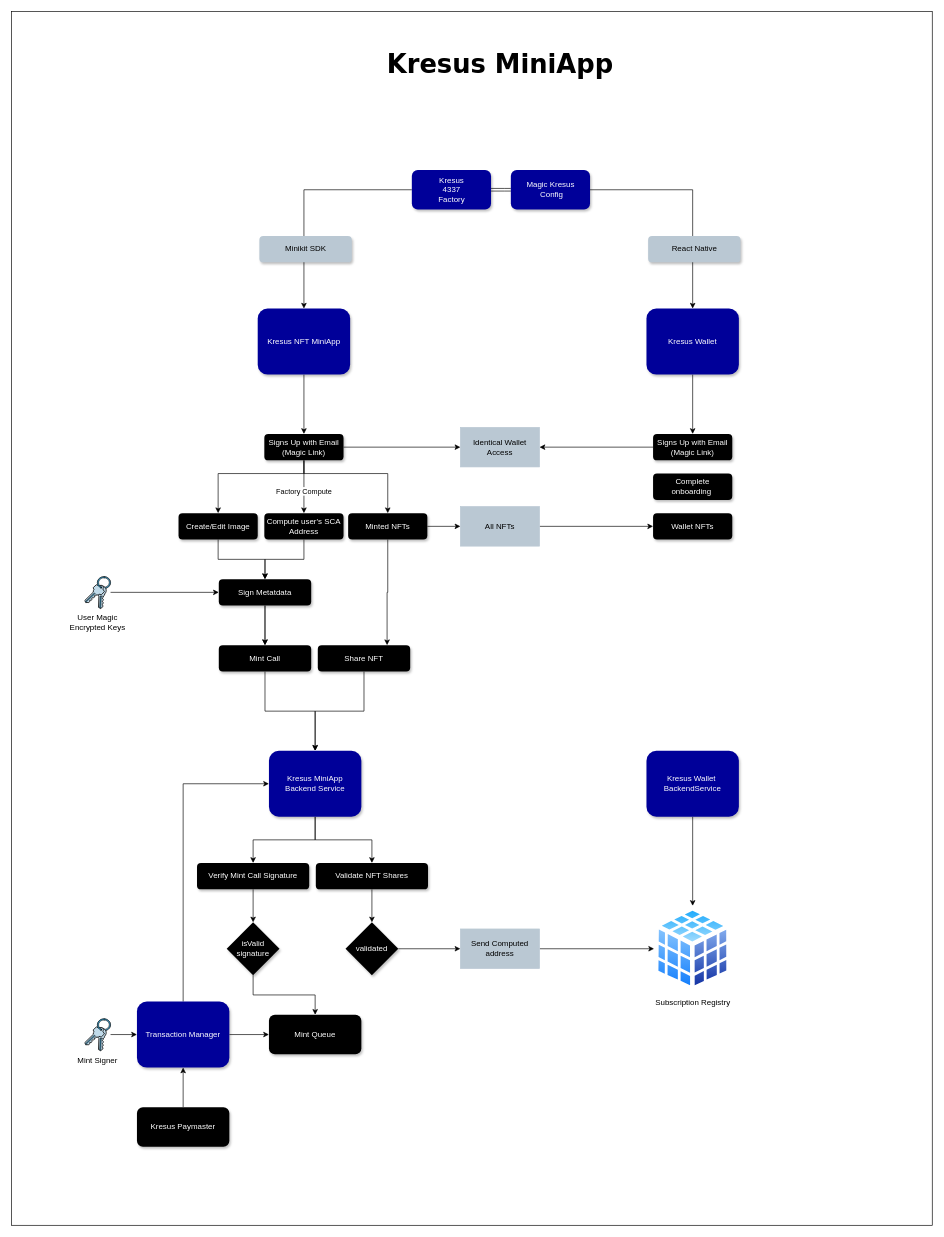
Earlier version of the draw.io diagram Kresus-miniApps.drawio (ali-05-ahmed/Concept-Diagrams). Source tidied: cells renumbered, new cells numbered last; positions are measured from the earlier drawing's top-left corner, leaving out a move shared by most shapes. Both pictures are drawn from the tidied source at 66%, with x=0, y=0 at pixel (11, 11). Pictures stored in the file or linked from it are replaced by grey dashed boxes.
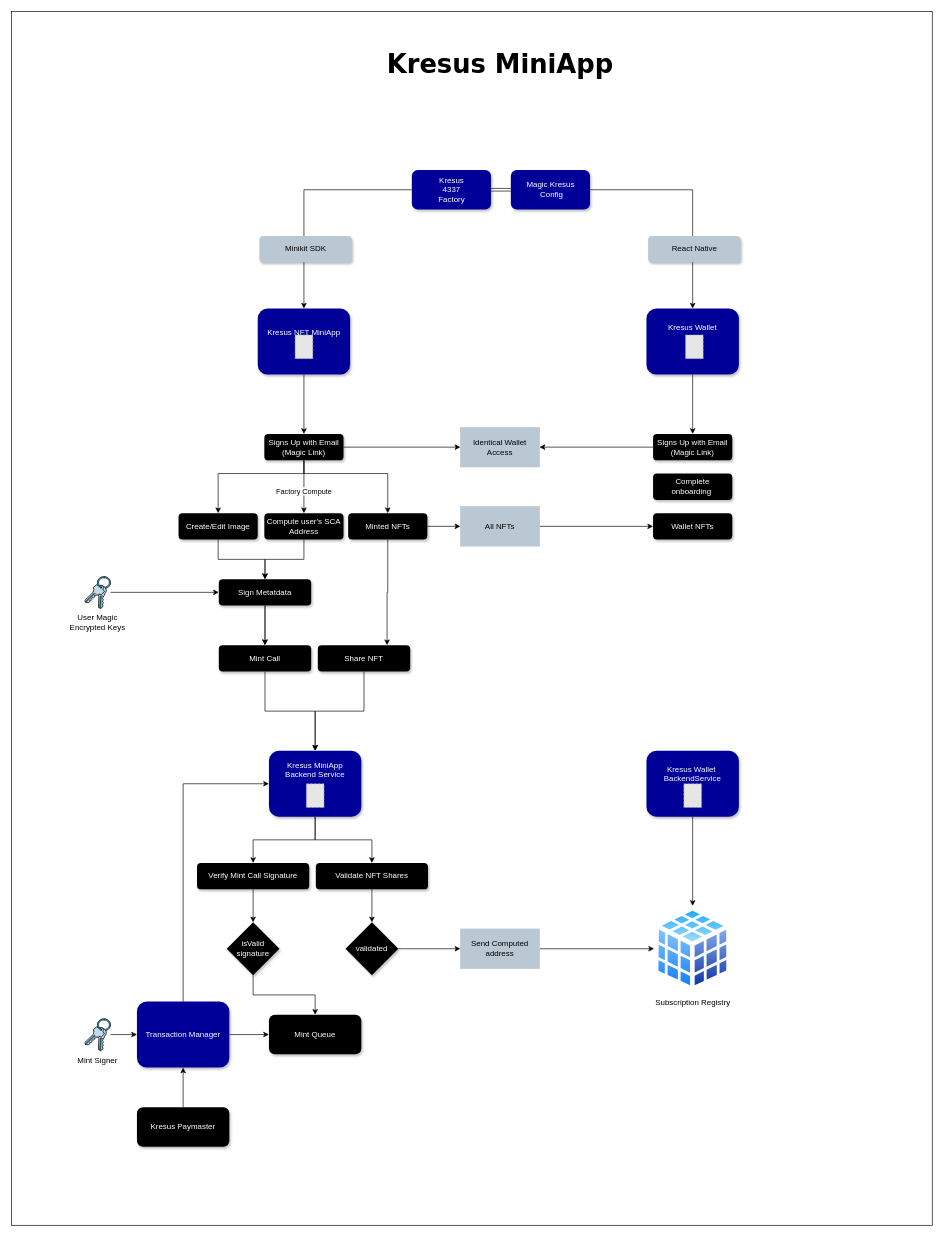
After the change.

The edit, as a diff of the source:
```diff
@@
-    <mxCell id="30" value="Kresus MiniApp&lt;br&gt;Backend Service" style="rounded=1;whiteSpace=wrap;html=1;fillColor=#000099;strokeColor=none;labelBorderColor=none;fontColor=#FFFFFF;shadow=1;" parent="1" vertex="1">
+    <mxCell id="30" value="Kresus MiniApp&lt;br&gt;Backend Service&lt;div&gt;&lt;br&gt;&lt;/div&gt;&lt;div&gt;&lt;br&gt;&lt;/div&gt;&lt;div&gt;&lt;br&gt;&lt;/div&gt;" style="rounded=1;whiteSpace=wrap;html=1;fillColor=#000099;strokeColor=none;labelBorderColor=none;fontColor=#FFFFFF;shadow=1;" parent="1" vertex="1">
       <mxGeometry x="390" y="1120" width="140" height="100" as="geometry" />
     </mxCell>
@@
-    <mxCell id="52" value="Kresus Wallet&amp;nbsp;&lt;div&gt;Backend&lt;span style=&quot;background-color: transparent; color: light-dark(rgb(255, 255, 255), rgb(18, 18, 18));&quot;&gt;Service&lt;/span&gt;&lt;/div&gt;" style="rounded=1;whiteSpace=wrap;html=1;fillColor=#000099;strokeColor=none;labelBorderColor=none;fontColor=#FFFFFF;shadow=1;" parent="1" vertex="1">
+    <mxCell id="52" value="Kresus Wallet&amp;nbsp;&lt;div&gt;Backend&lt;span style=&quot;background-color: transparent; color: light-dark(rgb(255, 255, 255), rgb(18, 18, 18));&quot;&gt;Service&lt;/span&gt;&lt;/div&gt;&lt;div&gt;&lt;span style=&quot;background-color: transparent; color: light-dark(rgb(255, 255, 255), rgb(18, 18, 18));&quot;&gt;&lt;br&gt;&lt;/span&gt;&lt;/div&gt;&lt;div&gt;&lt;span style=&quot;background-color: transparent; color: light-dark(rgb(255, 255, 255), rgb(18, 18, 18));&quot;&gt;&lt;br&gt;&lt;/span&gt;&lt;/div&gt;&lt;div&gt;&lt;span style=&quot;background-color: transparent; color: light-dark(rgb(255, 255, 255), rgb(18, 18, 18));&quot;&gt;&lt;/span&gt;&lt;/div&gt;" style="rounded=1;whiteSpace=wrap;html=1;fillColor=#000099;strokeColor=none;labelBorderColor=none;fontColor=#FFFFFF;shadow=1;" parent="1" vertex="1">
       <mxGeometry x="962" y="1120" width="140" height="100" as="geometry" />
     </mxCell>
@@
-    <mxCell id="62" value="Kresus NFT MiniApp" style="rounded=1;whiteSpace=wrap;html=1;fillColor=#000099;strokeColor=none;labelBorderColor=none;fontColor=#FFFFFF;shadow=1;" parent="1" vertex="1">
+    <mxCell id="62" value="Kresus NFT MiniApp&lt;div&gt;&lt;br&gt;&lt;/div&gt;&lt;div&gt;&lt;br&gt;&lt;/div&gt;&lt;div&gt;&lt;/div&gt;" style="rounded=1;whiteSpace=wrap;html=1;fillColor=#000099;strokeColor=none;labelBorderColor=none;fontColor=#FFFFFF;shadow=1;" parent="1" vertex="1">
       <mxGeometry x="373" y="450" width="140" height="100" as="geometry" />
     </mxCell>
@@
-    <mxCell id="64" value="Kresus Wallet" style="rounded=1;whiteSpace=wrap;html=1;fillColor=#000099;strokeColor=none;labelBorderColor=none;fontColor=#FFFFFF;shadow=1;" parent="1" vertex="1">
+    <mxCell id="64" value="Kresus Wallet&lt;div&gt;&lt;br&gt;&lt;/div&gt;&lt;div&gt;&lt;br&gt;&lt;/div&gt;&lt;div&gt;&lt;br&gt;&lt;/div&gt;" style="rounded=1;whiteSpace=wrap;html=1;fillColor=#000099;strokeColor=none;labelBorderColor=none;fontColor=#FFFFFF;shadow=1;" parent="1" vertex="1">
       <mxGeometry x="962" y="450" width="140" height="100" as="geometry" />
     </mxCell>
@@
+    <mxCell id="68" style="fillColor=#E6E6E6;strokeColor=#999999;dashed=1;verticalLabelPosition=bottom;labelBackgroundColor=default;verticalAlign=top;" parent="1" vertex="1">
+      <mxGeometry x="1021.1" y="490" width="26.9" height="36" as="geometry" />
+    </mxCell>
+    <mxCell id="69" style="fillColor=#E6E6E6;strokeColor=#999999;dashed=1;verticalLabelPosition=bottom;labelBackgroundColor=default;verticalAlign=top;" parent="1" vertex="1">
+      <mxGeometry x="429.6" y="490" width="26.9" height="36" as="geometry" />
+    </mxCell>
+    <mxCell id="70" style="fillColor=#E6E6E6;strokeColor=#999999;dashed=1;verticalLabelPosition=bottom;labelBackgroundColor=default;verticalAlign=top;" parent="1" vertex="1">
+      <mxGeometry x="1018.6" y="1170" width="26.9" height="36" as="geometry" />
+    </mxCell>
+    <mxCell id="71" style="fillColor=#E6E6E6;strokeColor=#999999;dashed=1;verticalLabelPosition=bottom;labelBackgroundColor=default;verticalAlign=top;" parent="1" vertex="1">
+      <mxGeometry x="446.6" y="1170" width="26.9" height="36" as="geometry" />
+    </mxCell>
```
